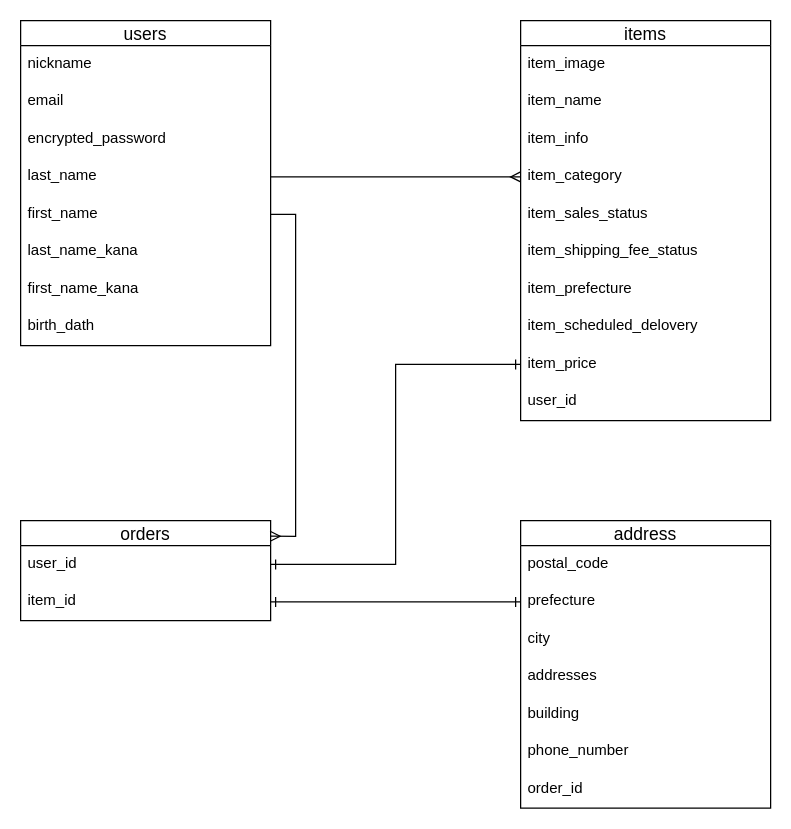
Earlier version of the draw.io diagram page "Page-1" (1 of 2) of app/furima.dio (itokoji/furima-32615). Source tidied: cells renumbered, new cells numbered last; positions are measured from the earlier drawing's top-left corner, leaving out a move shared by most shapes. Both pictures are drawn from the tidied source at 125%, with x=0, y=0 at pixel (20, 20).
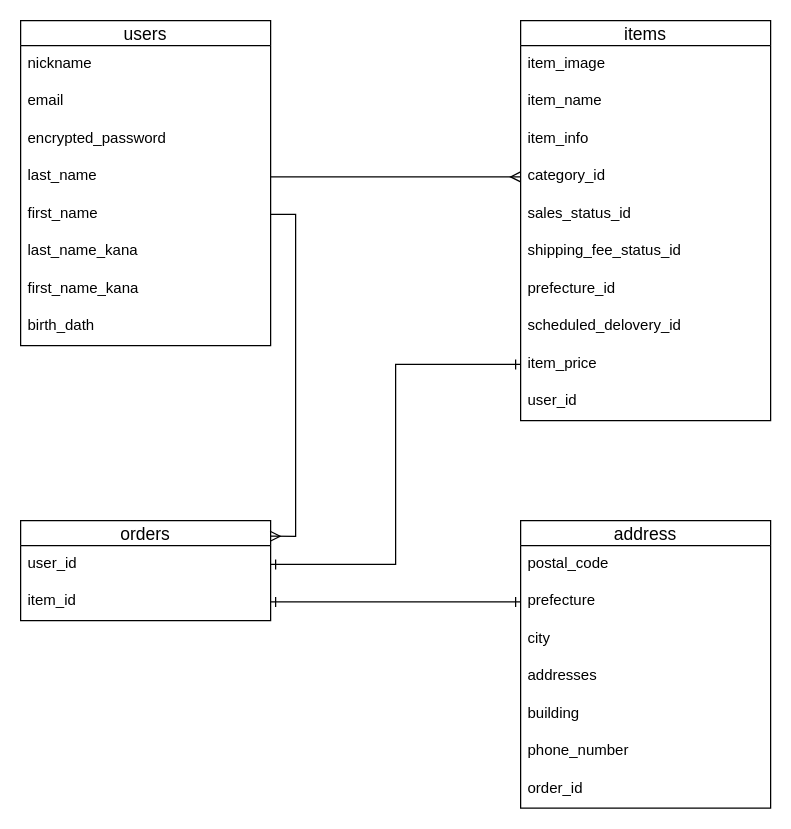
The same diagram, later.

Commit message (it also covers changes not shown here):
ER図、README修正２

Unchanged cells that the change refers to:
```xml
<mxCell id="2" value="items" style="swimlane;fontStyle=0;horizontal=1;startSize=20;align=center;fontSize=14;" parent="1" vertex="1">
  <mxGeometry x="400" width="200" height="320" as="geometry" />
</mxCell>
```

The edit, as a diff of the source:
```diff
@@
-    <mxCell id="6" value="item_category" style="text;strokeColor=none;fillColor=none;spacingLeft=4;spacingRight=4;overflow=hidden;points=[[0,0.5],[1,0.5]];portConstraint=eastwest;fontSize=12;" parent="2" vertex="1">
+    <mxCell id="6" value="category_id" style="text;strokeColor=none;fillColor=none;spacingLeft=4;spacingRight=4;overflow=hidden;points=[[0,0.5],[1,0.5]];portConstraint=eastwest;fontSize=12;" parent="2" vertex="1">
       <mxGeometry y="110" width="200" height="30" as="geometry" />
     </mxCell>
-    <mxCell id="7" value="item_sales_status" style="text;strokeColor=none;fillColor=none;spacingLeft=4;spacingRight=4;overflow=hidden;fontSize=12;" parent="2" vertex="1">
+    <mxCell id="7" value="sales_status_id" style="text;strokeColor=none;fillColor=none;spacingLeft=4;spacingRight=4;overflow=hidden;fontSize=12;" parent="2" vertex="1">
       <mxGeometry y="140" width="200" height="30" as="geometry" />
     </mxCell>
-    <mxCell id="8" value="item_shipping_fee_status" style="text;strokeColor=none;fillColor=none;spacingLeft=4;spacingRight=4;overflow=hidden;fontSize=12;" parent="2" vertex="1">
+    <mxCell id="8" value="shipping_fee_status_id" style="text;strokeColor=none;fillColor=none;spacingLeft=4;spacingRight=4;overflow=hidden;fontSize=12;" parent="2" vertex="1">
       <mxGeometry y="170" width="200" height="30" as="geometry" />
     </mxCell>
-    <mxCell id="9" value="item_prefecture" style="text;strokeColor=none;fillColor=none;spacingLeft=4;spacingRight=4;overflow=hidden;fontSize=12;" parent="2" vertex="1">
+    <mxCell id="9" value="prefecture_id" style="text;strokeColor=none;fillColor=none;spacingLeft=4;spacingRight=4;overflow=hidden;fontSize=12;" parent="2" vertex="1">
       <mxGeometry y="200" width="200" height="30" as="geometry" />
     </mxCell>
-    <mxCell id="10" value="item_scheduled_delovery" style="text;strokeColor=none;fillColor=none;spacingLeft=4;spacingRight=4;overflow=hidden;fontSize=12;" parent="2" vertex="1">
+    <mxCell id="10" value="scheduled_delovery_id" style="text;strokeColor=none;fillColor=none;spacingLeft=4;spacingRight=4;overflow=hidden;fontSize=12;" parent="2" vertex="1">
       <mxGeometry y="230" width="200" height="30" as="geometry" />
     </mxCell>
```
